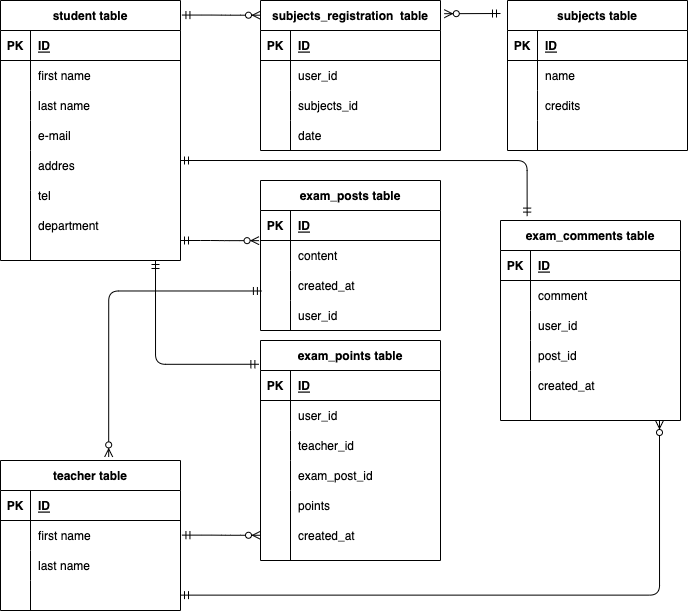
mototakan/datebase_exam keeps this draw.io diagram as index.drawio.png. Above is the earlier version. Source tidied: cells renumbered, new cells last; positions are measured from the earlier drawing's top-left corner, leaving out a move shared by most shapes.
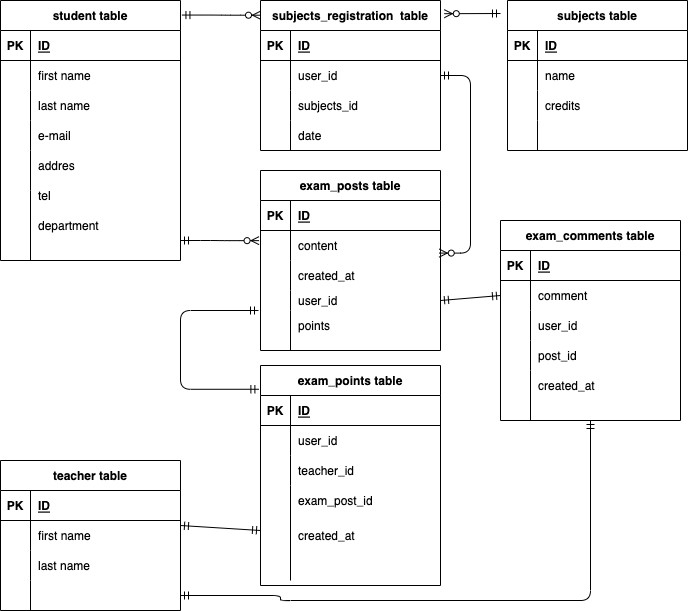
Later version of the same file.

What changed in the source:
```diff
@@ -143,7 +143,7 @@
       </mxGeometry>
     </mxCell>
     <mxCell id="48" value="exam_posts table" style="shape=table;startSize=30;rowLines=0;fontStyle=1;align=center;" parent="1" vertex="1">
-      <mxGeometry x="260" y="180" width="180" height="150" as="geometry" />
+      <mxGeometry x="260" y="170" width="180" height="180" as="geometry" />
     </mxCell>
     <mxCell id="49" style="shape=partialRectangle;fillColor=none;top=0;left=0;bottom=1;right=0;" parent="48" vertex="1">
       <mxGeometry y="30" width="180" height="30" as="geometry" />
@@ -173,13 +173,13 @@
       <mxGeometry x="30" width="150" height="30" as="geometry" />
     </mxCell>
     <mxCell id="58" style="shape=partialRectangle;fillColor=none;top=0;left=0;bottom=0;right=0;points=[[0,0.5],[1,0.5]];portConstraint=eastwest;" parent="48" vertex="1">
-      <mxGeometry y="120" width="180" height="30" as="geometry" />
+      <mxGeometry y="120" width="180" height="20" as="geometry" />
     </mxCell>
     <mxCell id="59" style="shape=partialRectangle;fillColor=none;top=0;left=0;bottom=0;right=0;overflow=hidden;" parent="58" vertex="1">
-      <mxGeometry width="30" height="30" as="geometry" />
+      <mxGeometry width="30" height="20" as="geometry" />
     </mxCell>
     <mxCell id="60" value="user_id" style="shape=partialRectangle;fillColor=none;top=0;left=0;bottom=0;right=0;align=left;spacingLeft=6;overflow=hidden;" parent="58" vertex="1">
-      <mxGeometry x="30" width="150" height="30" as="geometry" />
+      <mxGeometry x="30" width="150" height="20" as="geometry" />
     </mxCell>
     <mxCell id="61" style="edgeStyle=entityRelationEdgeStyle;fontSize=12;html=1;endArrow=ERzeroToMany;startArrow=ERmandOne;exitX=1.008;exitY=0.056;exitDx=0;exitDy=0;exitPerimeter=0;entryX=0;entryY=0.098;entryDx=0;entryDy=0;entryPerimeter=0;" parent="1" edge="1">
       <mxGeometry relative="1" as="geometry">
@@ -271,14 +271,8 @@
     <mxCell id="89" style="line;strokeWidth=1;direction=south;html=1;" parent="1" vertex="1">
       <mxGeometry x="525" y="370" width="10" height="50" as="geometry" />
     </mxCell>
-    <mxCell id="90" style="edgeStyle=orthogonalEdgeStyle;fontSize=12;html=1;endArrow=ERzeroToMany;startArrow=ERmandOne;exitX=1.008;exitY=0.056;exitDx=0;exitDy=0;exitPerimeter=0;" parent="1" edge="1">
-      <mxGeometry relative="1" as="geometry">
-        <mxPoint x="180" y="594.6" as="sourcePoint" />
-        <mxPoint x="659" y="420" as="targetPoint" />
-      </mxGeometry>
-    </mxCell>
     <mxCell id="91" value="exam_points table" style="shape=table;startSize=30;rowLines=0;fontStyle=1;align=center;" parent="1" vertex="1">
-      <mxGeometry x="260" y="340" width="180" height="220" as="geometry" />
+      <mxGeometry x="260" y="365" width="180" height="220" as="geometry" />
     </mxCell>
     <mxCell id="92" style="shape=partialRectangle;fillColor=none;top=0;left=0;bottom=1;right=0;" parent="91" vertex="1">
       <mxGeometry y="30" width="180" height="30" as="geometry" />
@@ -320,29 +314,47 @@
       <mxGeometry x="290" y="520" width="150" height="30" as="geometry" />
     </mxCell>
     <mxCell id="105" style="line;strokeWidth=1;direction=south;html=1;" parent="1" vertex="1">
-      <mxGeometry x="285" y="490" width="10" height="70" as="geometry" />
+      <mxGeometry x="285" y="490" width="10" height="90" as="geometry" />
     </mxCell>
     <mxCell id="106" value="points" style="shape=partialRectangle;fillColor=none;top=0;left=0;bottom=0;right=0;align=left;spacingLeft=6;overflow=hidden;" parent="1" vertex="1">
-      <mxGeometry x="290" y="490" width="150" height="30" as="geometry" />
+      <mxGeometry x="290" y="310" width="150" height="30" as="geometry" />
     </mxCell>
-    <mxCell id="107" style="edgeStyle=entityRelationEdgeStyle;fontSize=12;html=1;endArrow=ERzeroToMany;startArrow=ERmandOne;exitX=1.008;exitY=0.056;exitDx=0;exitDy=0;exitPerimeter=0;entryX=0;entryY=0.098;entryDx=0;entryDy=0;entryPerimeter=0;" parent="1" edge="1">
-      <mxGeometry relative="1" as="geometry">
-        <mxPoint x="181.4" y="534.6" as="sourcePoint" />
-        <mxPoint x="260" y="534.8" as="targetPoint" />
-      </mxGeometry>
-    </mxCell>
     <mxCell id="108" style="edgeStyle=orthogonalEdgeStyle;fontSize=12;html=1;endArrow=ERmandOne;startArrow=ERmandOne;exitX=-0.009;exitY=0.108;exitDx=0;exitDy=0;exitPerimeter=0;" parent="1" edge="1" source="91">
       <mxGeometry relative="1" as="geometry">
-        <mxPoint x="155" y="260" as="targetPoint" />
+        <mxPoint x="258" y="310" as="targetPoint" />
+        <Array as="points">
+          <mxPoint x="180" y="389" />
+          <mxPoint x="180" y="310" />
+        </Array>
       </mxGeometry>
     </mxCell>
-    <mxCell id="109" style="edgeStyle=orthogonalEdgeStyle;fontSize=12;html=1;endArrow=ERmandOne;startArrow=ERmandOne;entryX=0.148;entryY=-0.022;entryDx=0;entryDy=0;entryPerimeter=0;" parent="1" edge="1" target="75">
-      <mxGeometry relative="1" as="geometry">
-        <mxPoint x="180" y="160" as="sourcePoint" />
-      </mxGeometry>
+    <mxCell id="109" style="fontSize=12;html=1;endArrow=ERmandOne;startArrow=ERmandOne;entryX=0;entryY=0.5;entryDx=0;entryDy=0;exitX=1;exitY=0.5;exitDx=0;exitDy=0;" parent="1" edge="1" source="58" target="79">
+      <mxGeometry relative="1" as="geometry" />
     </mxCell>
-    <mxCell id="110" style="edgeStyle=orthogonalEdgeStyle;fontSize=12;html=1;endArrow=ERzeroToMany;startArrow=ERmandOne;exitX=0.005;exitY=0.683;exitDx=0;exitDy=0;exitPerimeter=0;entryX=0.601;entryY=-0.024;entryDx=0;entryDy=0;entryPerimeter=0;" parent="1" edge="1" source="55" target="62">
-      <mxGeometry relative="1" as="geometry" />
-    </mxCell>
+    <mxCell id="111" style="line;strokeWidth=1;direction=south;html=1;" parent="1" vertex="1">
+      <mxGeometry x="285" y="310" width="10" height="40" as="geometry" />
+    </mxCell>
+    <mxCell id="112" style="edgeStyle=orthogonalEdgeStyle;fontSize=12;html=1;endArrow=ERzeroToMany;startArrow=ERmandOne;entryX=0.993;entryY=0.753;entryDx=0;entryDy=0;entryPerimeter=0;exitX=1;exitY=0.5;exitDx=0;exitDy=0;" parent="1" edge="1" source="21" target="52">
+      <mxGeometry relative="1" as="geometry">
+        <Array as="points">
+          <mxPoint x="470" y="75" />
+          <mxPoint x="470" y="253" />
+        </Array>
+      </mxGeometry>
+    </mxCell>
+    <mxCell id="113" style="edgeStyle=orthogonalEdgeStyle;fontSize=12;html=1;endArrow=ERmandOne;startArrow=ERmandOne;exitX=1;exitY=0.5;exitDx=0;exitDy=0;entryX=0.5;entryY=1;entryDx=0;entryDy=0;" parent="1" edge="1" source="72" target="75">
+      <mxGeometry relative="1" as="geometry">
+        <Array as="points">
+          <mxPoint x="280" y="595" />
+          <mxPoint x="280" y="600" />
+          <mxPoint x="590" y="600" />
+        </Array>
+      </mxGeometry>
+    </mxCell>
+    <mxCell id="114" style="fontSize=12;html=1;endArrow=ERmandOne;startArrow=ERmandOne;entryX=0;entryY=0.75;entryDx=0;entryDy=0;exitX=1;exitY=0.5;exitDx=0;exitDy=0;" parent="1" edge="1" target="91">
+      <mxGeometry relative="1" as="geometry">
+        <mxPoint x="180" y="525" as="sourcePoint" />
+      </mxGeometry>
+    </mxCell>
   </root>
 </mxGraphModel>
```
